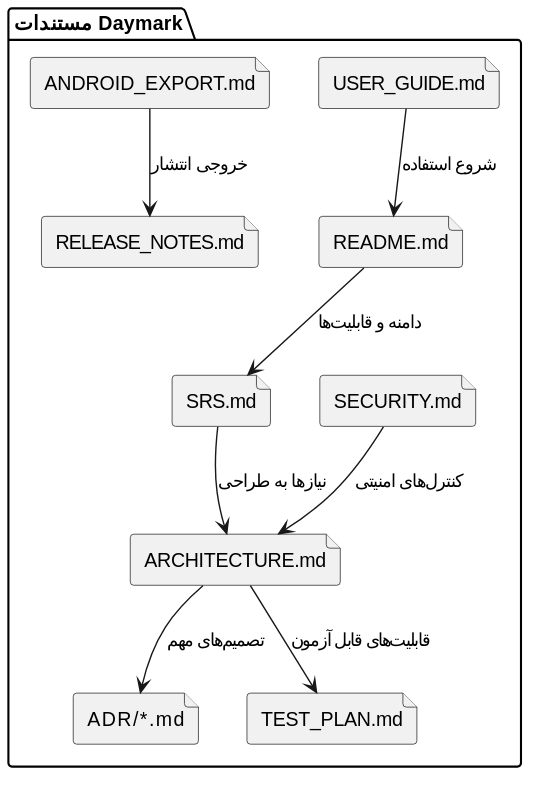
Above: docs/diagrams/10_documentation_map.svg in phoenix-0011/Daymark (PlantUML), before the change.
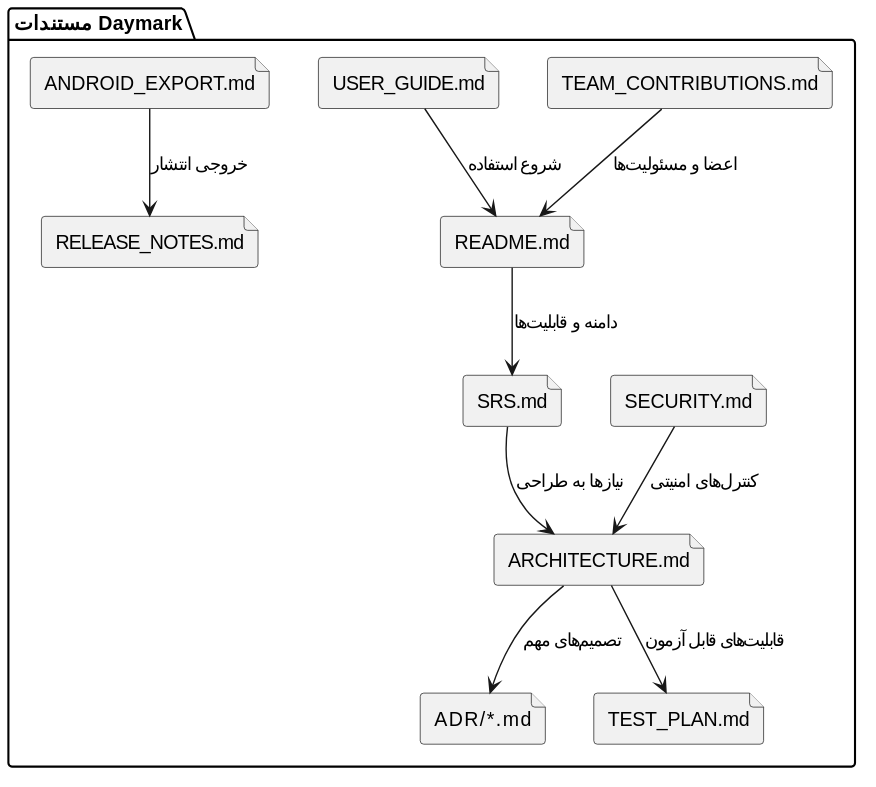
After the commit.

What changed in the source:
```diff
@@ -9,6 +9,7 @@
   file "RELEASE_NOTES.md" as Release
   file "USER_GUIDE.md" as User
   file "SECURITY.md" as Security
+  file "TEAM_CONTRIBUTIONS.md" as Team
 }
 
 Readme --> SRS : دامنه و قابلیت‌ها
@@ -18,4 +19,5 @@
 Android --> Release : خروجی انتشار
 User --> Readme : شروع استفاده
 Security --> Arch : کنترل‌های امنیتی
+Team --> Readme : اعضا و مسئولیت‌ها
 @enduml
```
